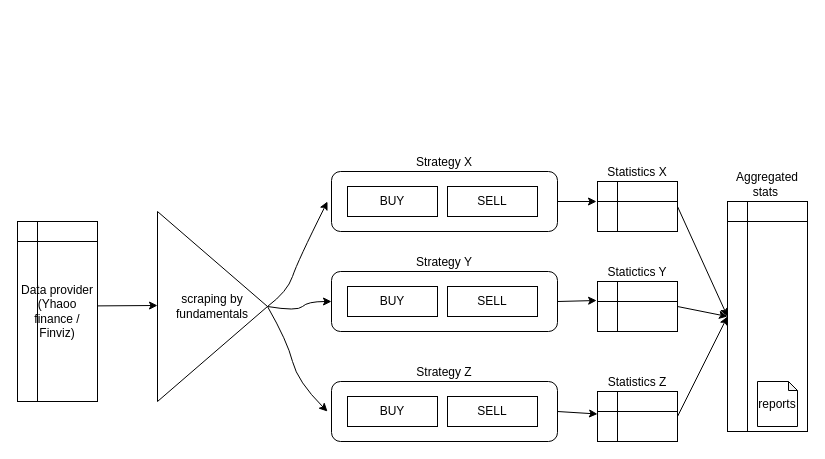
HomieskiO/code-bulls keeps this draw.io diagram as diagrams/ALGO-BULLS PIPELINE.drawio. Above is the earlier version. Source tidied: cells renumbered, new cells numbered last; positions are measured from the earlier drawing's top-left corner, leaving out a move shared by most shapes. Both pictures are drawn from the tidied source at 100%, with x=0, y=0 at pixel (17, 171).
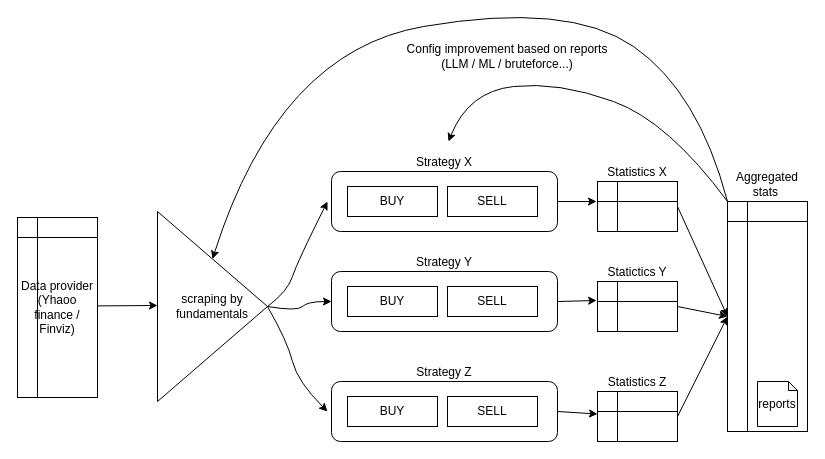
The same diagram, later.

Commit message (it also covers changes not shown here):
Added finalized pipeline diagram

Unchanged cells that the change refers to:
```xml
<mxCell id="2" value="scraping by fundamentals" style="triangle;whiteSpace=wrap;html=1;" parent="1" vertex="1">
  <mxGeometry x="140" y="40" width="110" height="190" as="geometry" />
</mxCell>
<mxCell id="23" value="Aggregated stats&amp;nbsp;" style="shape=internalStorage;whiteSpace=wrap;html=1;backgroundOutline=1;labelPosition=center;verticalLabelPosition=top;align=center;verticalAlign=bottom;" parent="1" vertex="1">
  <mxGeometry x="710" y="30" width="80" height="230" as="geometry" />
</mxCell>
```

The edit, as a diff of the source:
```diff
@@
     <mxCell id="3" value="Data provider (Yhaoo finance / Finviz)" style="shape=internalStorage;whiteSpace=wrap;html=1;backgroundOutline=1;" parent="1" vertex="1">
-      <mxGeometry y="50" width="80" height="180" as="geometry" />
+      <mxGeometry y="46" width="80" height="180" as="geometry" />
     </mxCell>
@@
+    <mxCell id="28" style="curved=1;endArrow=classic;html=1;rounded=0;exitX=0;exitY=0;exitDx=0;exitDy=0;entryX=0.5;entryY=0;entryDx=0;entryDy=0;" parent="1" edge="1" source="23" target="2">
+      <mxGeometry relative="1" as="geometry">
+        <Array as="points">
+          <mxPoint x="681" y="-80" />
+          <mxPoint x="551" y="-170" />
+          <mxPoint x="261" y="-120" />
+        </Array>
+      </mxGeometry>
+    </mxCell>
+    <mxCell id="29" style="curved=1;endArrow=classic;html=1;rounded=0;exitX=0;exitY=0;exitDx=0;exitDy=0;" parent="1" edge="1" source="23">
+      <mxGeometry relative="1" as="geometry">
+        <mxPoint x="431" y="-30" as="targetPoint" />
+        <Array as="points">
+          <mxPoint x="651" y="-50" />
+          <mxPoint x="541" y="-90" />
+          <mxPoint x="451" y="-80" />
+        </Array>
+      </mxGeometry>
+    </mxCell>
+    <mxCell id="30" value="Config improvement based on reports&lt;div&gt;(LLM / ML / bruteforce...)&lt;/div&gt;" style="text;html=1;whiteSpace=wrap;strokeColor=none;fillColor=none;align=center;verticalAlign=middle;rounded=0;" parent="1" vertex="1">
+      <mxGeometry x="379" y="-130" width="222" height="30" as="geometry" />
+    </mxCell>
```
